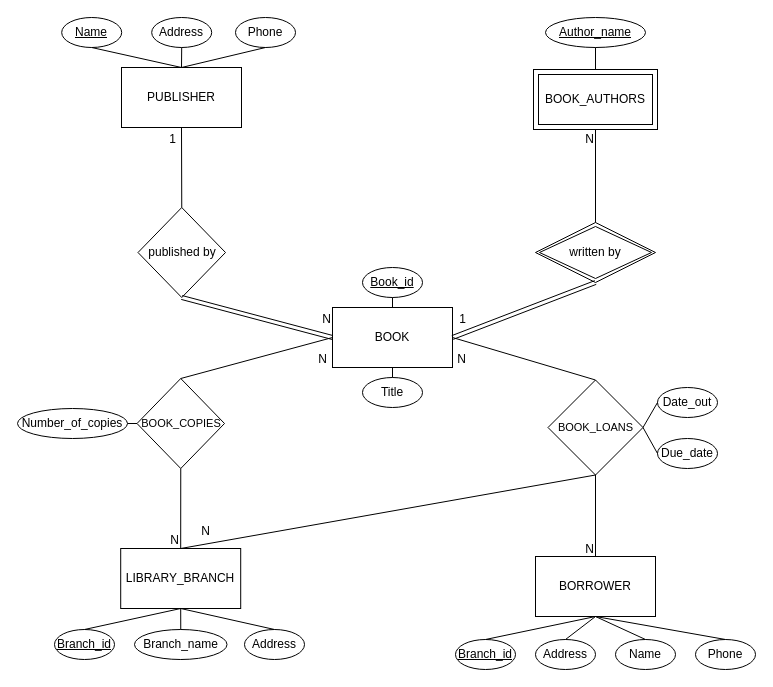
Earlier version of the draw.io diagram page "Page-2" (2 of 2) of HW3.drawio (UsuaOSilver/370_F24). Source tidied: cells renumbered, new cells numbered last; positions are measured from the earlier drawing's top-left corner, leaving out a move shared by most shapes. Both pictures are drawn from the tidied source at 100%, with x=0, y=0 at pixel (17, 17).
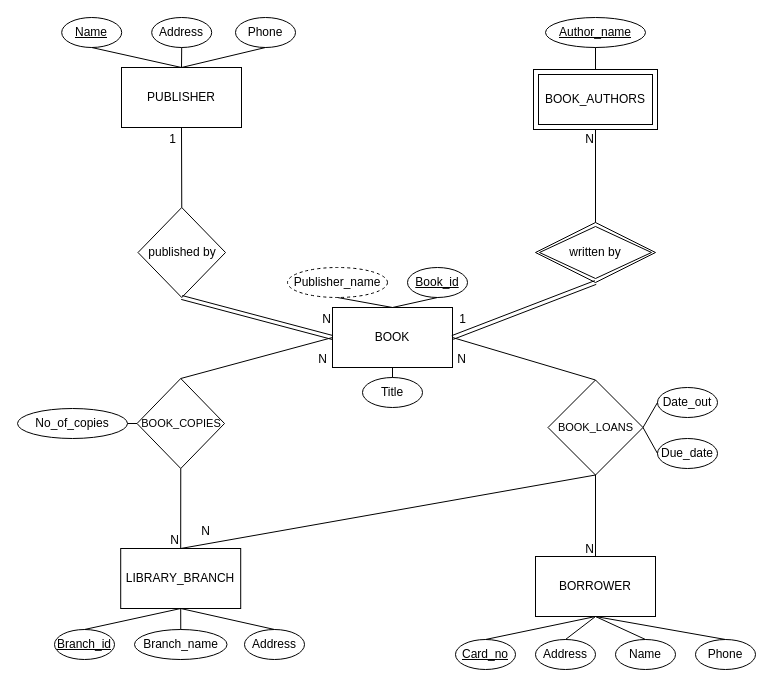
Above is the later version.

The change refers to these unchanged cells:
```xml
<mxCell id="2" value="BOOK" style="rounded=0;whiteSpace=wrap;html=1;" parent="1" vertex="1">
  <mxGeometry x="315" y="290" width="120" height="60" as="geometry" />
</mxCell>
```

The edit, as a diff of the source:
```diff
@@
     <mxCell id="13" value="&lt;u&gt;Book_id&lt;/u&gt;" style="ellipse;whiteSpace=wrap;html=1;" parent="1" vertex="1">
-      <mxGeometry x="345" y="250" width="60" height="30" as="geometry" />
+      <mxGeometry x="390" y="250" width="60" height="30" as="geometry" />
     </mxCell>
@@
-    <mxCell id="23" value="&lt;u&gt;Branch_id&lt;/u&gt;" style="ellipse;whiteSpace=wrap;html=1;" parent="1" vertex="1">
+    <mxCell id="23" value="&lt;u&gt;Card_no&lt;/u&gt;" style="ellipse;whiteSpace=wrap;html=1;" parent="1" vertex="1">
       <mxGeometry x="438" y="622" width="60" height="30" as="geometry" />
     </mxCell>
@@
-    <mxCell id="37" value="Number_of_copies" style="ellipse;whiteSpace=wrap;html=1;" parent="1" vertex="1">
+    <mxCell id="37" value="No_of_copies" style="ellipse;whiteSpace=wrap;html=1;" parent="1" vertex="1">
       <mxGeometry y="391" width="110" height="30" as="geometry" />
     </mxCell>
@@
+    <mxCell id="61" value="Publisher_name" style="ellipse;whiteSpace=wrap;html=1;align=center;dashed=1;" parent="1" vertex="1">
+      <mxGeometry x="270" y="250" width="100" height="30" as="geometry" />
+    </mxCell>
+    <mxCell id="62" style="endArrow=none;html=1;rounded=0;exitX=0.5;exitY=0;exitDx=0;exitDy=0;entryX=0.5;entryY=1;entryDx=0;entryDy=0;" parent="1" edge="1" source="2" target="61">
+      <mxGeometry relative="1" as="geometry" />
+    </mxCell>
```
